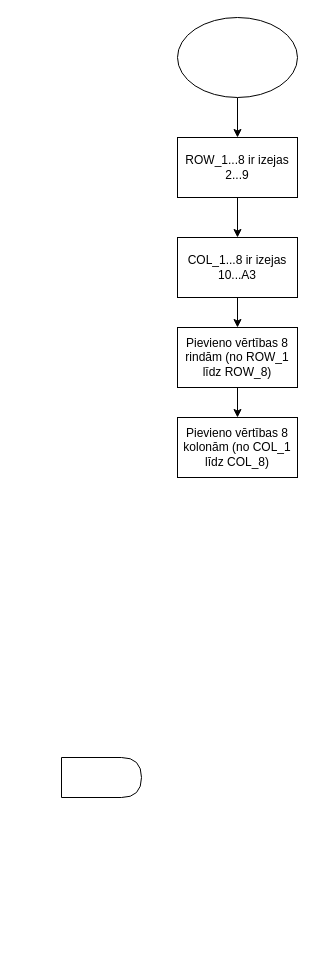
The draw.io diagram Untitled Diagram.drawio in auzinska/EAP301, before the edit. Source tidied: cells renumbered, new cells numbered last; positions are measured from the earlier drawing's top-left corner, leaving out a move shared by most shapes. Both pictures are drawn from the tidied source at 100%, with x=0, y=0 at pixel (61, 17).
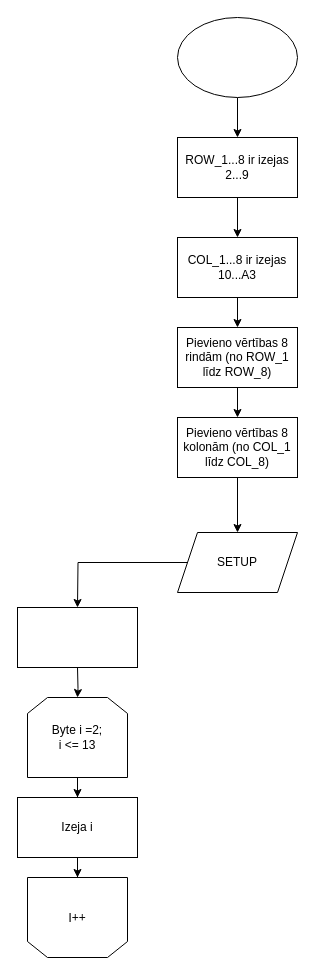
The same diagram, later.

The change refers to these unchanged cells:
```xml
<mxCell id="6" value="Pievieno vērtības 8 kolonām (no COL_1 līdz COL_8)" style="rounded=0;whiteSpace=wrap;html=1;" parent="1" vertex="1">
  <mxGeometry x="116" y="400" width="120" height="60" as="geometry" />
</mxCell>
```

The edit, as a diff of the source:
```diff
@@
-    <mxCell id="3" style="shape=delay;whiteSpace=wrap;html=1;" parent="1" vertex="1">
-      <mxGeometry y="740" width="80" height="40" as="geometry" />
-    </mxCell>
@@
+    <mxCell id="13" style="edgeStyle=orthogonalEdgeStyle;rounded=0;jettySize=auto;html=1;" parent="1" edge="1" source="6">
+      <mxGeometry relative="1" as="geometry">
+        <mxPoint x="176" y="515" as="targetPoint" />
+      </mxGeometry>
+    </mxCell>
@@
+    <mxCell id="14" style="edgeStyle=orthogonalEdgeStyle;rounded=0;jettySize=auto;html=1;" parent="1" edge="1" target="16">
+      <mxGeometry relative="1" as="geometry">
+        <mxPoint x="16" y="650" as="sourcePoint" />
+      </mxGeometry>
+    </mxCell>
+    <mxCell id="15" style="edgeStyle=orthogonalEdgeStyle;rounded=0;jettySize=auto;html=1;" parent="1" edge="1" source="16" target="19">
+      <mxGeometry relative="1" as="geometry" />
+    </mxCell>
+    <mxCell id="16" value="Byte i =2; &lt;br&gt;i &amp;lt;= 13" style="shape=loopLimit;whiteSpace=wrap;html=1;" parent="1" vertex="1">
+      <mxGeometry x="-34" y="680" width="100" height="80" as="geometry" />
+    </mxCell>
+    <mxCell id="17" value="++I" style="shape=loopLimit;whiteSpace=wrap;html=1;rotation=-180;" parent="1" vertex="1">
+      <mxGeometry x="-34" y="860" width="100" height="80" as="geometry" />
+    </mxCell>
+    <mxCell id="18" style="edgeStyle=orthogonalEdgeStyle;rounded=0;jettySize=auto;html=1;" parent="1" edge="1" source="19" target="17">
+      <mxGeometry relative="1" as="geometry" />
+    </mxCell>
+    <mxCell id="19" value="Izeja i" style="rounded=0;whiteSpace=wrap;html=1;" parent="1" vertex="1">
+      <mxGeometry x="-44" y="780" width="120" height="60" as="geometry" />
+    </mxCell>
+    <mxCell id="20" style="edgeStyle=orthogonalEdgeStyle;rounded=0;jettySize=auto;html=1;entryX=0.5;entryY=0;entryDx=0;entryDy=0;" parent="1" edge="1" source="21">
+      <mxGeometry relative="1" as="geometry">
+        <mxPoint x="16" y="590" as="targetPoint" />
+      </mxGeometry>
+    </mxCell>
+    <mxCell id="21" value="SETUP" style="shape=parallelogram;perimeter=parallelogramPerimeter;whiteSpace=wrap;html=1;fixedSize=1;" parent="1" vertex="1">
+      <mxGeometry x="116" y="515" width="120" height="60" as="geometry" />
+    </mxCell>
+    <mxCell id="22" style="rounded=0;whiteSpace=wrap;html=1;" parent="1" vertex="1">
+      <mxGeometry x="-44" y="590" width="120" height="60" as="geometry" />
+    </mxCell>
```
